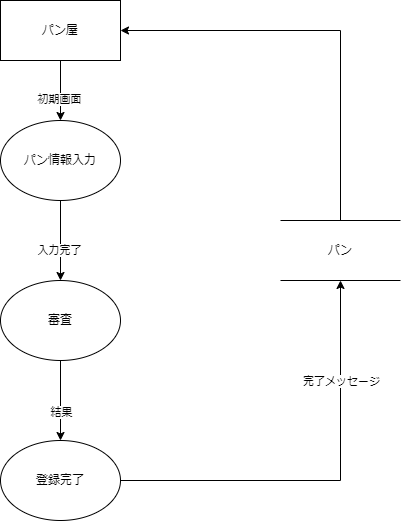
The draw.io diagram DFD/パン情報登録.drawio.png in Pyama1013/Sotsu.Gamen, before a commit. Source tidied: cells renumbered, new cells last; positions are measured from the earlier drawing's top-left corner, leaving out a move shared by most shapes.
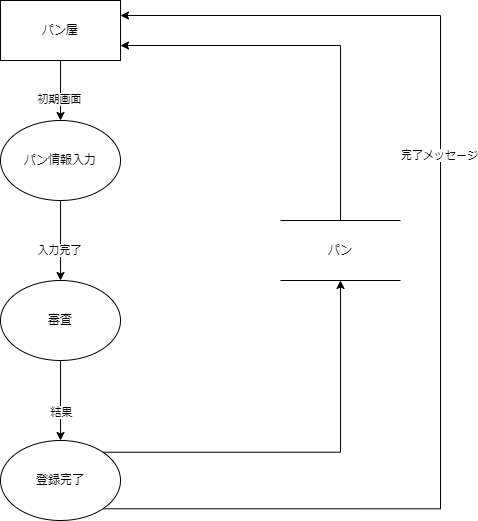
The same file after the commit.

Commit message:
Update パン情報登録.drawio.png

What changed in the source:
```diff
@@ -8,13 +8,6 @@
     <mxCell id="3" value="初期画面" style="edgeLabel;html=1;align=center;verticalAlign=middle;" parent="2" vertex="1">
       <mxGeometry x="0.27" y="-2" relative="1" as="geometry" />
     </mxCell>
-    <mxCell id="4" style="edgeStyle=orthogonalEdgeStyle;rounded=0;jettySize=auto;html=1;entryX=1;entryY=0.5;entryDx=0;entryDy=0;exitX=0.5;exitY=0;exitDx=0;exitDy=0;" parent="1" edge="1" source="15" target="5">
-      <mxGeometry relative="1" as="geometry">
-        <Array as="points">
-          <mxPoint x="340" y="30" />
-        </Array>
-      </mxGeometry>
-    </mxCell>
     <mxCell id="5" value="パン屋" style="rounded=0;whiteSpace=wrap;html=1;" parent="1" vertex="1">
       <mxGeometry width="120" height="60" as="geometry" />
     </mxCell>
@@ -41,19 +34,26 @@
     <mxCell id="11" value="審査" style="ellipse;whiteSpace=wrap;html=1;" parent="1" vertex="1">
       <mxGeometry y="280" width="120" height="80" as="geometry" />
     </mxCell>
-    <mxCell id="12" style="edgeStyle=orthogonalEdgeStyle;rounded=0;jettySize=auto;html=1;exitX=1;exitY=0.5;exitDx=0;exitDy=0;" parent="1" edge="1" source="14">
-      <mxGeometry relative="1" as="geometry">
-        <mxPoint x="340" y="280" as="targetPoint" />
-      </mxGeometry>
-    </mxCell>
+    <mxCell id="16" style="edgeStyle=orthogonalEdgeStyle;rounded=0;jettySize=auto;html=1;exitX=1;exitY=0;exitDx=0;exitDy=0;entryX=0.5;entryY=1;entryDx=0;entryDy=0;" parent="1" edge="1" source="14" target="15">
+      <mxGeometry relative="1" as="geometry" />
+    </mxCell>
+    <mxCell id="17" style="edgeStyle=orthogonalEdgeStyle;rounded=0;jettySize=auto;html=1;exitX=1;exitY=1;exitDx=0;exitDy=0;entryX=1;entryY=0.25;entryDx=0;entryDy=0;" parent="1" edge="1" source="14" target="5">
+      <mxGeometry relative="1" as="geometry">
+        <Array as="points">
+          <mxPoint x="440" y="508" />
+          <mxPoint x="440" y="15" />
+        </Array>
+      </mxGeometry>
+    </mxCell>
-    <mxCell id="13" value="完了メッセージ" style="edgeLabel;html=1;align=center;verticalAlign=middle;" parent="12" vertex="1">
-      <mxGeometry x="-0.42" y="-4" relative="1" as="geometry">
-        <mxPoint x="98" y="-104" as="offset" />
-      </mxGeometry>
+    <mxCell id="13" value="完了メッセージ" style="edgeLabel;html=1;align=center;verticalAlign=middle;" parent="17" vertex="1">
+      <mxGeometry x="0.2" y="2" relative="1" as="geometry" />
     </mxCell>
     <mxCell id="14" value="登録完了" style="ellipse;whiteSpace=wrap;html=1;" parent="1" vertex="1">
       <mxGeometry y="440" width="120" height="80" as="geometry" />
     </mxCell>
+    <mxCell id="4" style="edgeStyle=orthogonalEdgeStyle;rounded=0;jettySize=auto;html=1;exitX=0.5;exitY=0;exitDx=0;exitDy=0;entryX=1;entryY=0.75;entryDx=0;entryDy=0;" parent="1" edge="1" source="15" target="5">
+      <mxGeometry relative="1" as="geometry" />
+    </mxCell>
     <mxCell id="15" value="パン" style="shape=partialRectangle;whiteSpace=wrap;html=1;left=0;right=0;fillColor=none;" parent="1" vertex="1">
       <mxGeometry x="280" y="220" width="120" height="60" as="geometry" />
     </mxCell>
```
